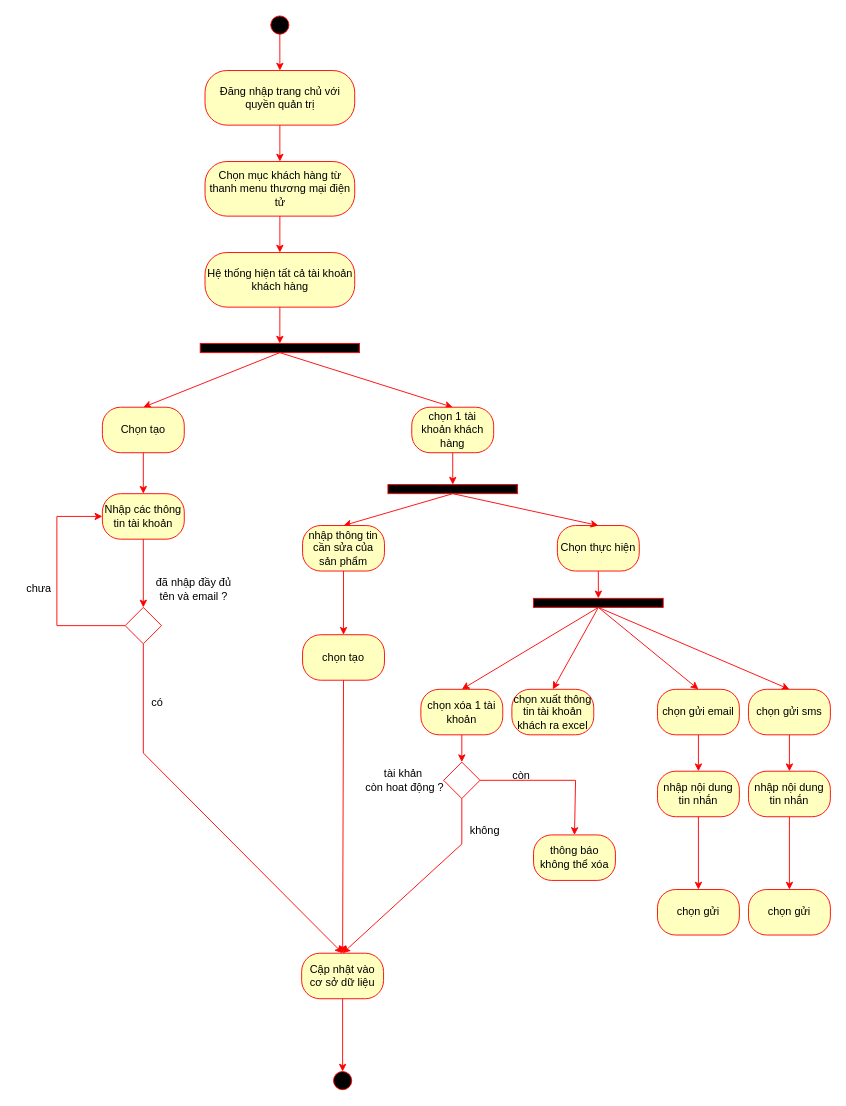
Before: Nam3_HK1/CNPM_SoftTech/Activity Diagrams/Quân Huỳnh/AD_QuảnLýTàiKhoảnKháchHàng.drawio in EdgarIgnite16/SGU-Course, a draw.io diagram. Source tidied: cells renumbered, new cells numbered last; positions are measured from the earlier drawing's top-left corner, leaving out a move shared by most shapes. Both pictures are drawn from the tidied source at 91%, with x=0, y=0 at pixel (15, 15).
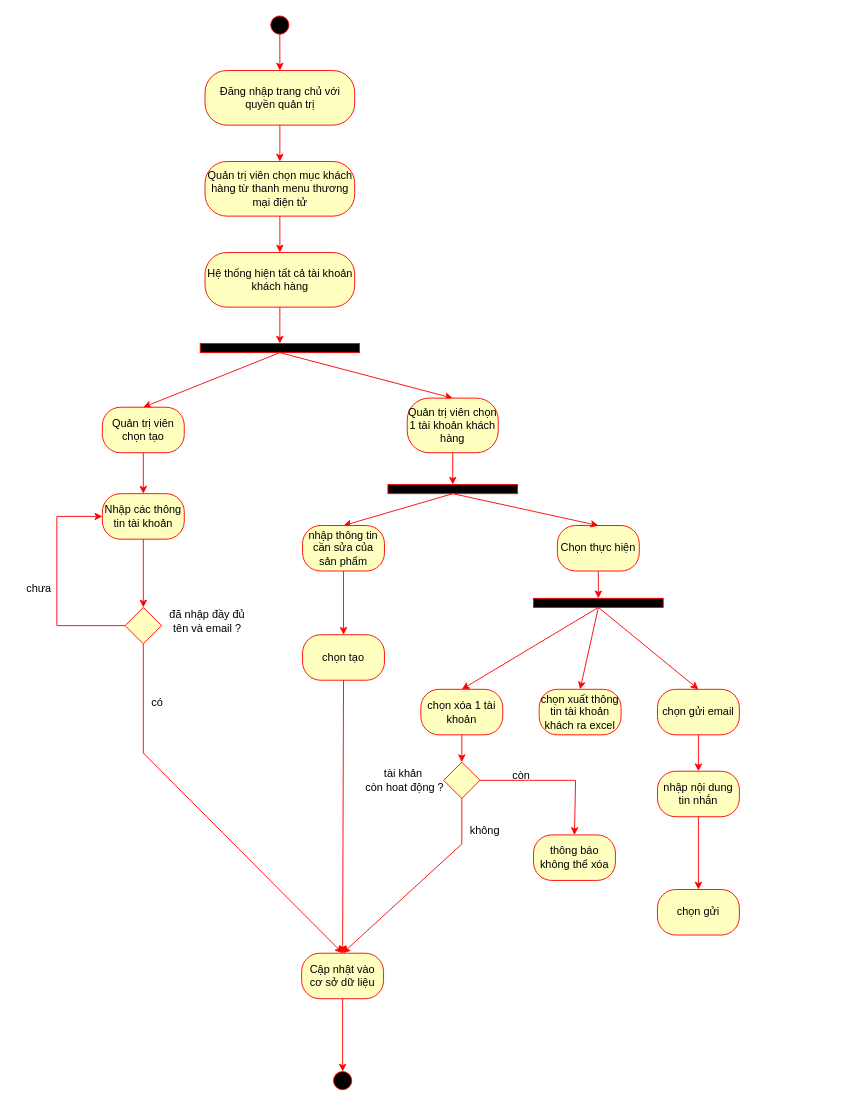
The same diagram, later.

The change refers to these unchanged cells:
```xml
<mxCell id="25" style="rounded=0;whiteSpace=wrap;html=1;strokeColor=#FF0000;fontSize=10;fillColor=#000000;" parent="1" vertex="1">
  <mxGeometry x="568.8" y="640" width="142.5" height="10" as="geometry" />
</mxCell>
```

Change to the diagram source:
```diff
@@
-    <mxCell id="6" value="Chọn mục khách hàng từ thanh menu thương mại điện tử" style="rounded=1;whiteSpace=wrap;html=1;arcSize=40;fontColor=#000000;fillColor=#ffffc0;strokeColor=#FF0000;" parent="1" vertex="1">
+    <mxCell id="6" value="Quản trị viên chọn mục khách hàng từ thanh menu thương mại điện tử" style="rounded=1;whiteSpace=wrap;html=1;arcSize=40;fontColor=#000000;fillColor=#ffffc0;strokeColor=#FF0000;" parent="1" vertex="1">
       <mxGeometry x="207.8" y="160" width="164.5" height="60" as="geometry" />
     </mxCell>
@@
-    <mxCell id="11" value="Chọn tạo" style="rounded=1;whiteSpace=wrap;html=1;arcSize=40;fontColor=#000000;fillColor=#ffffc0;strokeColor=#FF0000;" parent="1" vertex="1">
+    <mxCell id="11" value="Quản trị viên chọn tạo" style="rounded=1;whiteSpace=wrap;html=1;arcSize=40;fontColor=#000000;fillColor=#ffffc0;strokeColor=#FF0000;" parent="1" vertex="1">
       <mxGeometry x="95" y="430" width="90" height="50" as="geometry" />
     </mxCell>
@@
     <mxCell id="22" value="chọn xuất thông tin tài khoản khách ra excel" style="rounded=1;whiteSpace=wrap;html=1;arcSize=40;fontColor=#000000;fillColor=#ffffc0;strokeColor=#FF0000;" parent="1" vertex="1">
-      <mxGeometry x="545" y="740" width="90" height="50" as="geometry" />
+      <mxGeometry x="575" y="740" width="90" height="50" as="geometry" />
     </mxCell>
@@
-    <mxCell id="27" value="chọn 1 tài khoản khách hàng" style="rounded=1;whiteSpace=wrap;html=1;arcSize=40;fontColor=#000000;fillColor=#ffffc0;strokeColor=#FF0000;" parent="1" vertex="1">
-      <mxGeometry x="435" y="430" width="90" height="50" as="geometry" />
+    <mxCell id="27" value="Quản trị viên chọn 1 tài khoản khách hàng" style="rounded=1;whiteSpace=wrap;html=1;arcSize=40;fontColor=#000000;fillColor=#ffffc0;strokeColor=#FF0000;" parent="1" vertex="1">
+      <mxGeometry x="430" y="420" width="100" height="60" as="geometry" />
     </mxCell>
@@
-    <mxCell id="32" value="nhập thông tin cần sửa của sản phẩm" style="rounded=1;whiteSpace=wrap;html=1;arcSize=40;fontColor=#000000;fillColor=#ffffc0;strokeColor=#FF0000;" parent="1" vertex="1">
+    <mxCell id="32" value="nhập thông tin cần sửa của sản phẩm" style="rounded=1;whiteSpace=wrap;html=1;arcSize=40;fontColor=#000000;fillColor=#FFFFC0;strokeColor=#FF0000;" parent="1" vertex="1">
       <mxGeometry x="315" y="560" width="90" height="50" as="geometry" />
     </mxCell>
@@
-    <mxCell id="40" style="endArrow=classic;html=1;rounded=0;strokeColor=#FF0000;exitX=0.5;exitY=1;exitDx=0;exitDy=0;entryX=0.5;entryY=0;entryDx=0;entryDy=0;" parent="1" edge="1" source="25" target="41">
-      <mxGeometry relative="1" as="geometry" />
-    </mxCell>
-    <mxCell id="41" value="chọn gửi sms" style="rounded=1;whiteSpace=wrap;html=1;arcSize=40;fontColor=#000000;fillColor=#ffffc0;strokeColor=#FF0000;" parent="1" vertex="1">
-      <mxGeometry x="805" y="740" width="90" height="50" as="geometry" />
-    </mxCell>
-    <mxCell id="42" style="rhombus;whiteSpace=wrap;html=1;strokeColor=#FF0000;" parent="1" vertex="1">
+    <mxCell id="42" style="rhombus;whiteSpace=wrap;html=1;strokeColor=#FF0000;fillColor=#FFFFC0;" parent="1" vertex="1">
       <mxGeometry x="470" y="820" width="40" height="40" as="geometry" />
     </mxCell>
@@
-    <mxCell id="53" value="nhập nội dung tin nhắn" style="rounded=1;whiteSpace=wrap;html=1;arcSize=40;fontColor=#000000;fillColor=#ffffc0;strokeColor=#FF0000;" parent="1" vertex="1">
-      <mxGeometry x="805" y="830" width="90" height="50" as="geometry" />
-    </mxCell>
-    <mxCell id="54" style="endArrow=classic;html=1;rounded=0;strokeColor=#FF0000;exitX=0.5;exitY=1;exitDx=0;exitDy=0;entryX=0.5;entryY=0;entryDx=0;entryDy=0;" parent="1" edge="1" source="53" target="55">
-      <mxGeometry relative="1" as="geometry" />
-    </mxCell>
-    <mxCell id="55" value="chọn gửi" style="rounded=1;whiteSpace=wrap;html=1;arcSize=40;fontColor=#000000;fillColor=#ffffc0;strokeColor=#FF0000;" parent="1" vertex="1">
-      <mxGeometry x="805" y="960" width="90" height="50" as="geometry" />
-    </mxCell>
-    <mxCell id="56" style="endArrow=classic;html=1;rounded=0;strokeColor=#FF0000;exitX=0.5;exitY=1;exitDx=0;exitDy=0;entryX=0.5;entryY=0;entryDx=0;entryDy=0;" parent="1" edge="1" source="41" target="53">
-      <mxGeometry relative="1" as="geometry" />
-    </mxCell>
-    <mxCell id="57" style="rhombus;whiteSpace=wrap;html=1;strokeColor=#FF0000;" parent="1" vertex="1">
+    <mxCell id="57" style="rhombus;whiteSpace=wrap;html=1;strokeColor=#FF0000;fillColor=#FFFFC0;" parent="1" vertex="1">
       <mxGeometry x="120" y="650" width="40" height="40" as="geometry" />
     </mxCell>
     <mxCell id="58" value="đã nhập đầy đủ&lt;br&gt;tên và email ?" style="text;html=1;align=center;verticalAlign=middle;strokeColor=none;fillColor=none;" parent="1" vertex="1">
-      <mxGeometry x="140" y="610" width="110" height="40" as="geometry" />
+      <mxGeometry x="155" y="645" width="110" height="40" as="geometry" />
     </mxCell>
```
